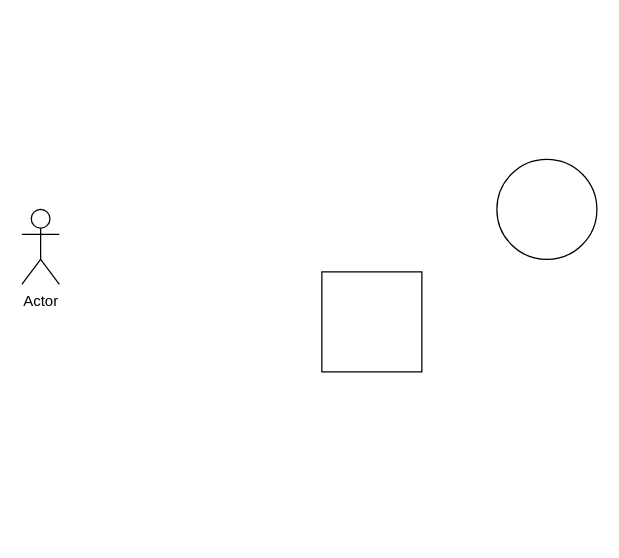
Earlier version of the draw.io diagram test2Win.drawio (youarereef/mmaps). Source tidied: cells renumbered, new cells numbered last; positions are measured from the earlier drawing's top-left corner, leaving out a move shared by most shapes. Both pictures are drawn from the tidied source at 125%, with x=0, y=0 at pixel (21, 159).
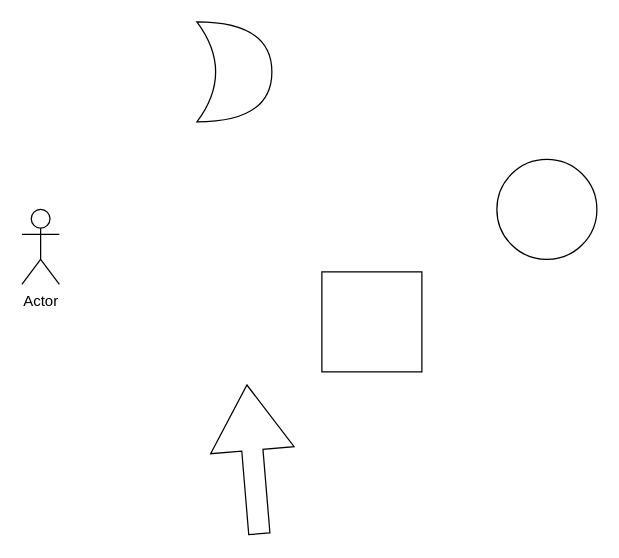
Above is the later version.

The edit, as a diff of the source:
```diff
@@
 <mxGraphModel>
   <root>
     <mxCell id="0" />
     <mxCell id="1" parent="0" />
     <mxCell id="2" style="whiteSpace=wrap;html=1;" parent="1" vertex="1">
       <mxGeometry x="240" y="90" width="80" height="80" as="geometry" />
     </mxCell>
     <mxCell id="3" style="ellipse;whiteSpace=wrap;html=1;" parent="1" vertex="1">
       <mxGeometry x="380" width="80" height="80" as="geometry" />
     </mxCell>
     <mxCell id="4" value="Actor" style="shape=umlActor;verticalLabelPosition=bottom;verticalAlign=top;html=1;" parent="1" vertex="1">
       <mxGeometry y="40" width="30" height="60" as="geometry" />
     </mxCell>
+    <mxCell id="5" style="shape=xor;whiteSpace=wrap;html=1;" parent="1" vertex="1">
+      <mxGeometry x="140" y="-110" width="60" height="80" as="geometry" />
+    </mxCell>
+    <mxCell id="6" style="shape=flexArrow;endArrow=classic;html=1;rounded=0;endWidth=49;endSize=17.11;width=17;" parent="1" edge="1">
+      <mxGeometry relative="1" as="geometry">
+        <mxPoint x="190" y="300" as="sourcePoint" />
+        <mxPoint x="180" y="180" as="targetPoint" />
+      </mxGeometry>
+    </mxCell>
   </root>
 </mxGraphModel>
```
